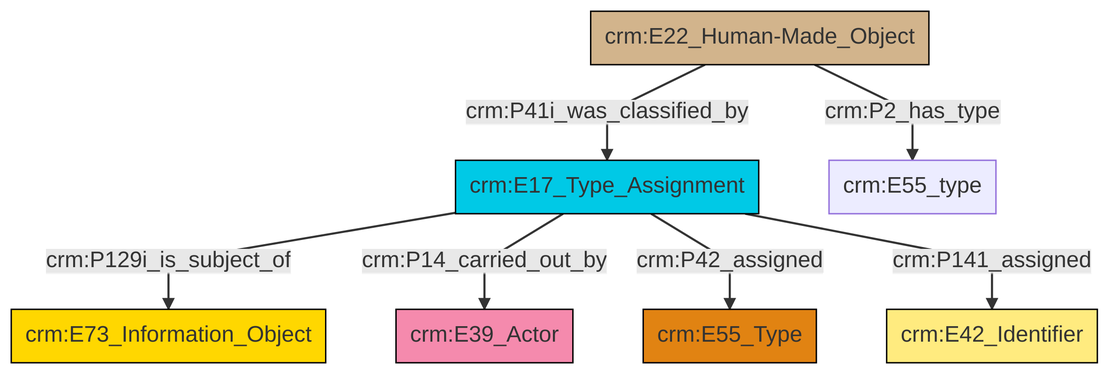
Above: et/builtWorkCSV/ttl/mmd/png/Built_Work_designation_status.png in swiss-art-research-net/docs.swissartresearch (Mermaid), before the change. Its source is kept beside it as et/builtWorkCSV/ttl/mmd/Built_Work_designation_status.ttl.mmd.
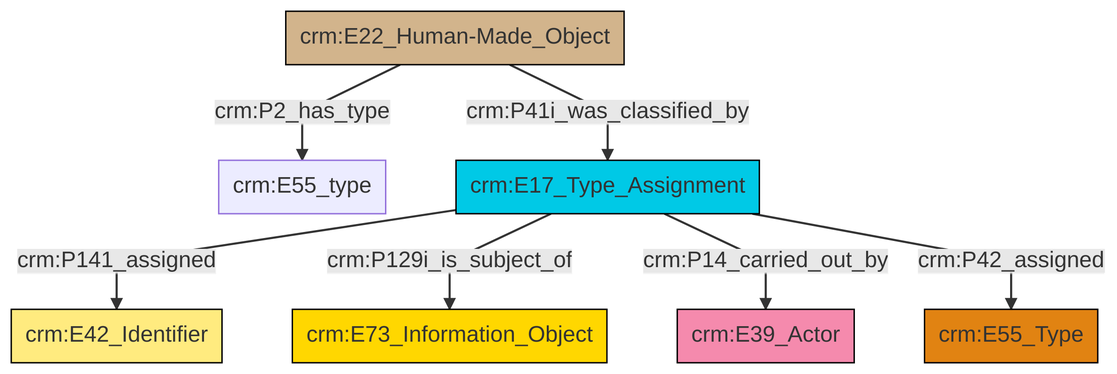
After the commit.

What changed in the source:
```diff
@@ -13,9 +13,9 @@
 classDef PC_Classes fill:#4ce600, stroke:#000000;
 classDef Multi fill:#cccccc,stroke:#000000;
 
-4["crm:E17_Type_Assignment"]:::Temporal_Entity -->|crm:P129i_is_subject_of| 0["crm:E73_Information_Object"]:::Conceptual_Object
-5["crm:E22_Human-Made_Object"]:::Physical_Thing -->|crm:P41i_was_classified_by| 4["crm:E17_Type_Assignment"]:::Temporal_Entity
-4["crm:E17_Type_Assignment"]:::Temporal_Entity -->|crm:P14_carried_out_by| 2["crm:E39_Actor"]:::Actor
-5["crm:E22_Human-Made_Object"]:::Physical_Thing -->|crm:P2_has_type| 10["crm:E55_type"]:::Default
-4["crm:E17_Type_Assignment"]:::Temporal_Entity -->|crm:P42_assigned| 11["crm:E55_Type"]:::Type
-4["crm:E17_Type_Assignment"]:::Temporal_Entity -->|crm:P141_assigned| 7["crm:E42_Identifier"]:::Appellation
+0["crm:E22_Human-Made_Object"]:::Physical_Thing -->|crm:P2_has_type| 1["crm:E55_type"]:::Default
+0["crm:E22_Human-Made_Object"]:::Physical_Thing -->|crm:P41i_was_classified_by| 3["crm:E17_Type_Assignment"]:::Temporal_Entity
+3["crm:E17_Type_Assignment"]:::Temporal_Entity -->|crm:P141_assigned| 4["crm:E42_Identifier"]:::Appellation
+3["crm:E17_Type_Assignment"]:::Temporal_Entity -->|crm:P129i_is_subject_of| 5["crm:E73_Information_Object"]:::Conceptual_Object
+3["crm:E17_Type_Assignment"]:::Temporal_Entity -->|crm:P14_carried_out_by| 6["crm:E39_Actor"]:::Actor
+3["crm:E17_Type_Assignment"]:::Temporal_Entity -->|crm:P42_assigned| 10["crm:E55_Type"]:::Type
```
